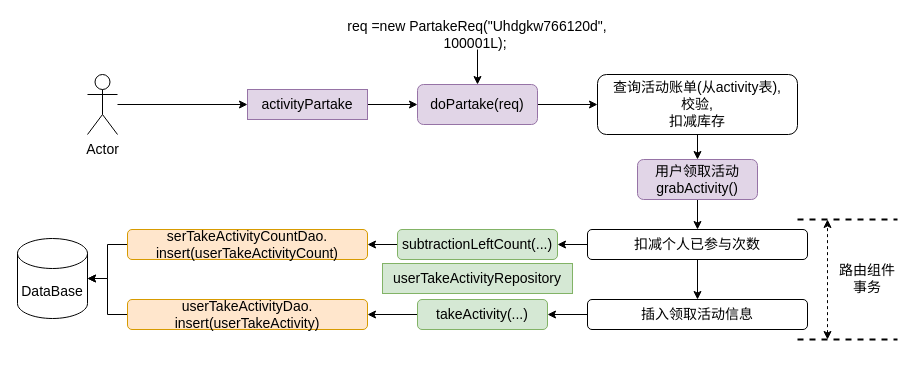
TouyamaRie/My_pictures keeps this draw.io diagram as 领取活动.drawio. Above is the earlier version. Source tidied: cells renumbered, new cells numbered last; positions are measured from the earlier drawing's top-left corner, leaving out a move shared by most shapes. Both pictures are drawn from the tidied source at 100%, with x=0, y=0 at pixel (17, 19).
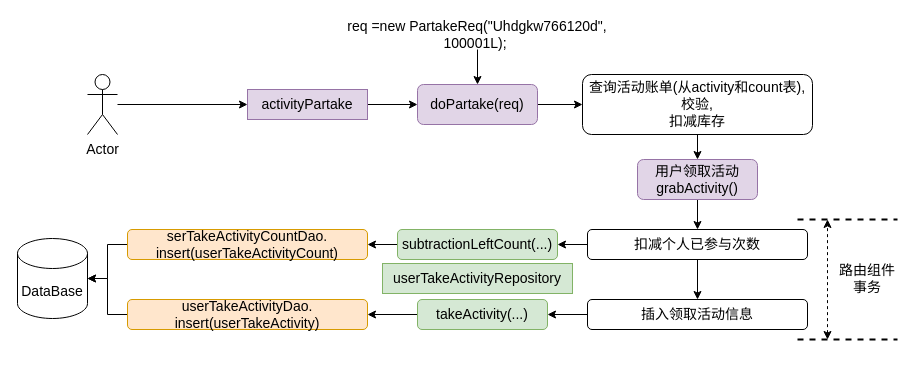
After the change.

Commit message:
更新领取活动.drawio

Change to the diagram source:
```diff
@@
-    <mxCell id="9" value="查询活动账单(从activity表),&lt;br style=&quot;font-size: 14px;&quot;&gt;校验,&lt;br style=&quot;font-size: 14px;&quot;&gt;扣减库存" style="rounded=1;whiteSpace=wrap;html=1;strokeWidth=1;fontSize=14;fontStyle=0;" parent="1" vertex="1">
-      <mxGeometry x="580" y="55" width="200" height="60" as="geometry" />
+    <mxCell id="9" value="查询活动账单(从activity和count表),&lt;br style=&quot;font-size: 14px;&quot;&gt;校验,&lt;br style=&quot;font-size: 14px;&quot;&gt;扣减库存" style="rounded=1;whiteSpace=wrap;html=1;strokeWidth=1;fontSize=14;fontStyle=0;" parent="1" vertex="1">
+      <mxGeometry x="565" y="55" width="230" height="60" as="geometry" />
     </mxCell>
```
